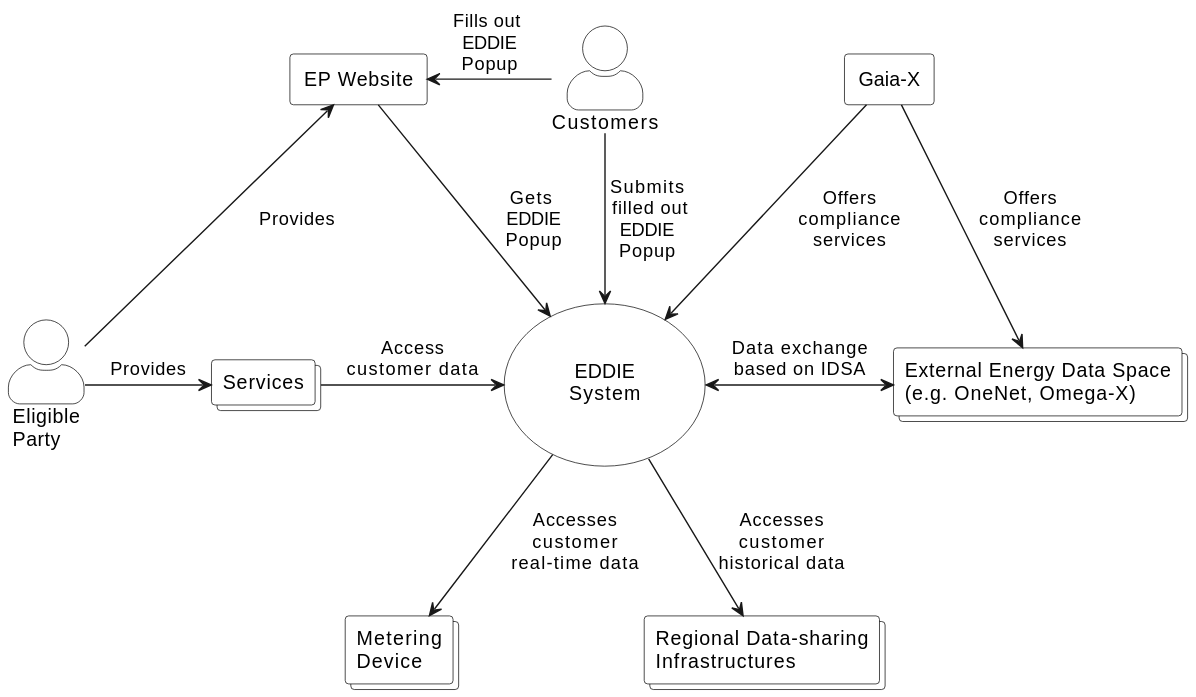
eddie-energy/architecture keeps this PlantUML diagram as arc42/system-scope-and-context/figures/context-diagram-dataspace.svg. Above is the earlier version. Source of this version:
```plantuml
@startuml

skinparam usecase {
  BorderColor black
  BackgroundColor transparent
}
skinparam rectangle {
  BorderColor black
  BackgroundColor transparent
}
skinparam collections {
  BorderColor black
  BackgroundColor white
}
skinparam actorStyle awesome
skinparam actor {
  BorderColor black
  BackgroundColor white
}

rectangle "Gaia-X" as gaiaX
collections "External Energy Data Space\n(e.g. OneNet, Omega-X)" as dataSpaces
usecase "\n\nEDDIE\nSystem\n\n" as eddie
collections "Metering\nDevice" as smartMeter
collections "Regional Data-sharing\nInfrastructures" as regionalData
rectangle "EP Website" as website
collections "Services" as service

actor "Eligible\nParty" as ep
actor "Customers" as customer

gaiaX -down-> eddie : Offers\ncompliance\nservices
gaiaX -down-> dataSpaces : Offers\ncompliance\nservices

eddie <-right-> dataSpaces : Data exchange\nbased on IDSA

service -right-> eddie : Access\ncustomer data
eddie -down-> regionalData : Accesses\ncustomer\nhistorical data
eddie -down-> smartMeter : Accesses\ncustomer\nreal-time data
eddie <-left- website : Gets \nEDDIE\nPopup
smartMeter -[hidden] regionalData : \t\t\t


ep -right-> service : Provides
ep -up-> website : Provides

website <-right- customer : Fills out \nEDDIE\nPopup
customer -down-> eddie : Submits\n filled out\nEDDIE\nPopup
customer -[hidden]right- gaiaX : \t\t\t
@enduml
```
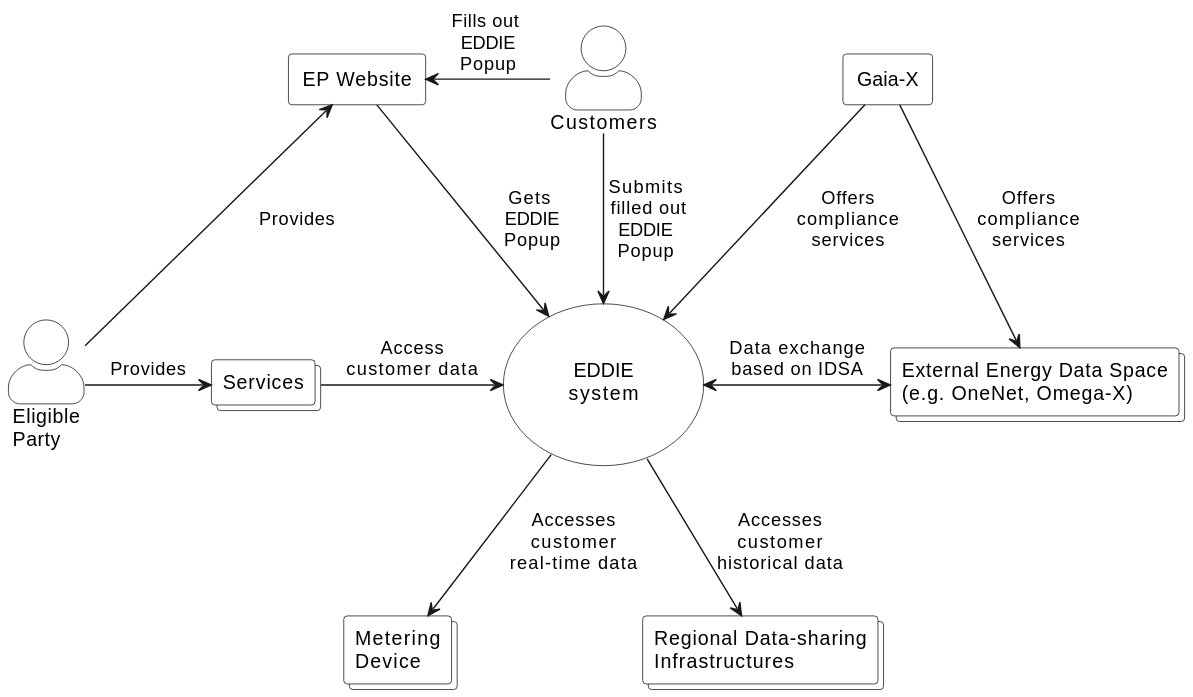
After the change.

What changed in the source:
```diff
@@ -20,7 +20,7 @@
 
 rectangle "Gaia-X" as gaiaX
 collections "External Energy Data Space\n(e.g. OneNet, Omega-X)" as dataSpaces
-usecase "\n\nEDDIE\nSystem\n\n" as eddie
+usecase "\n\nEDDIE\nsystem\n\n" as eddie
 collections "Metering\nDevice" as smartMeter
 collections "Regional Data-sharing\nInfrastructures" as regionalData
 rectangle "EP Website" as website
```
